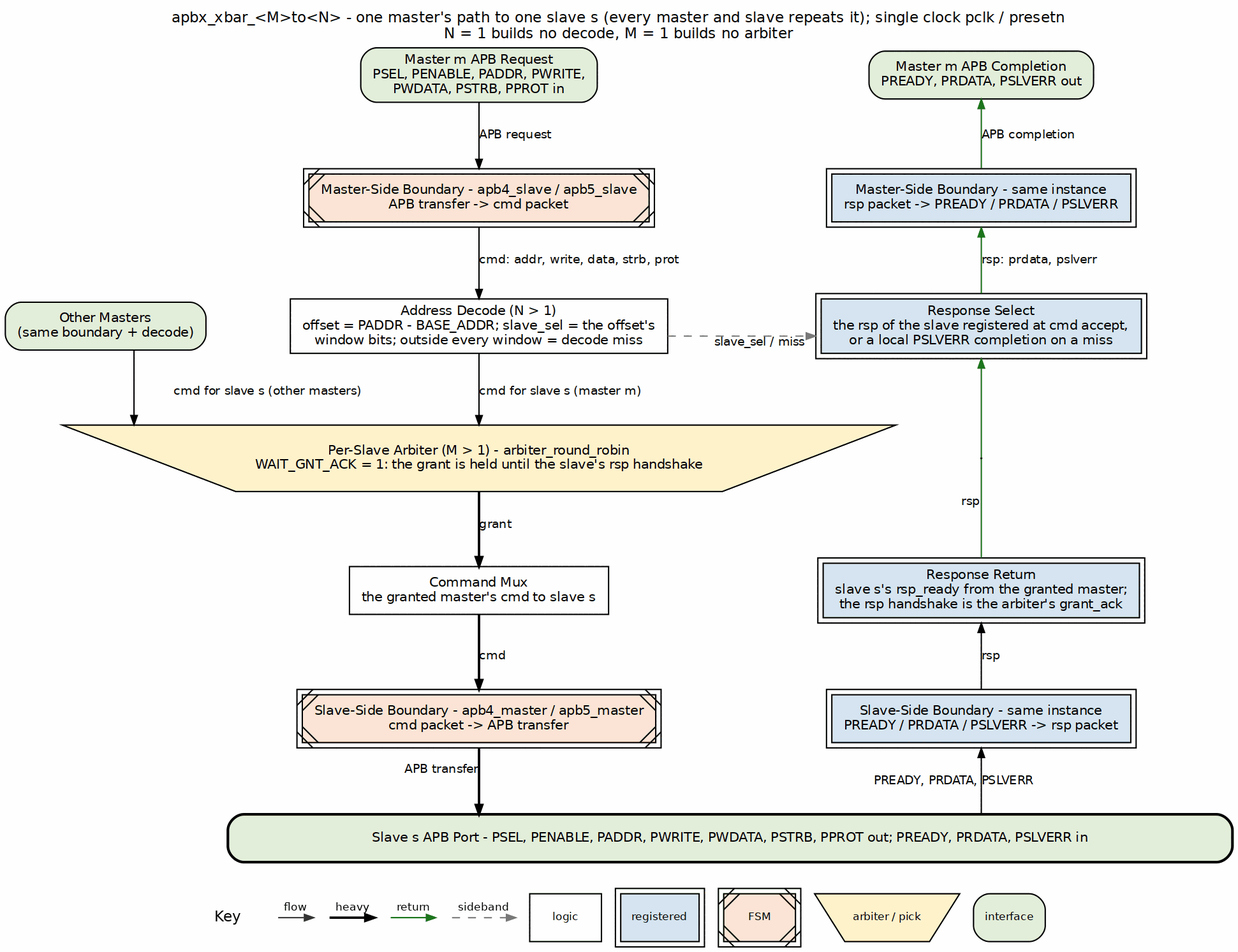
This is projects/components/fabric-gen-ip/lattice-apbx-xbar/docs/lattice_has/assets/graphviz/lattice_block_diagram.png from sean-galloway/RTLDesignSherpa, a Graphviz export, as it was before one commit. Its source is kept beside it as projects/components/fabric-gen-ip/lattice-apbx-xbar/docs/lattice_has/assets/graphviz/lattice_block_diagram.dot.
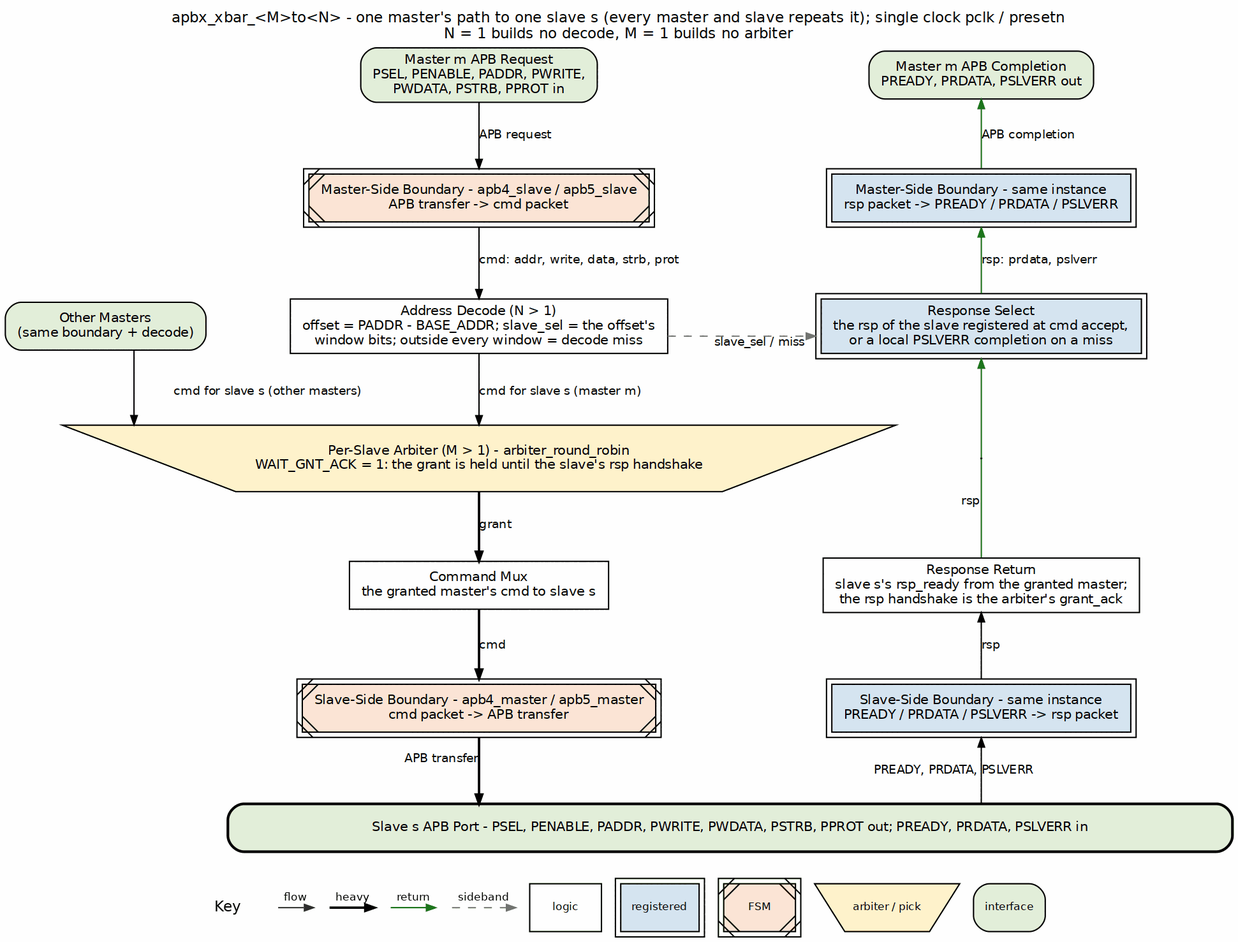
Later version of the same file.

The edit, as a diff of the source:
```diff
@@ -29,7 +29,7 @@
     arb -> pr3 [style=invis];
 
     mux [label="Command Mux\nthe granted master's cmd to slave s", group=C, style="filled", fillcolor="white"];
-    rrdy [label="Response Return\nslave s's rsp_ready from the granted master;\nthe rsp handshake is the arbiter's grant_ack", group=R, peripheries=2, style="filled", fillcolor="#D6E4F0"];
+    rrdy [label="Response Return\nslave s's rsp_ready from the granted master;\nthe rsp handshake is the arbiter's grant_ack", group=R, style="filled", fillcolor="white"];
     { rank=same; mux; rrdy; }
     mux -> rrdy [style=invis];
 
```
